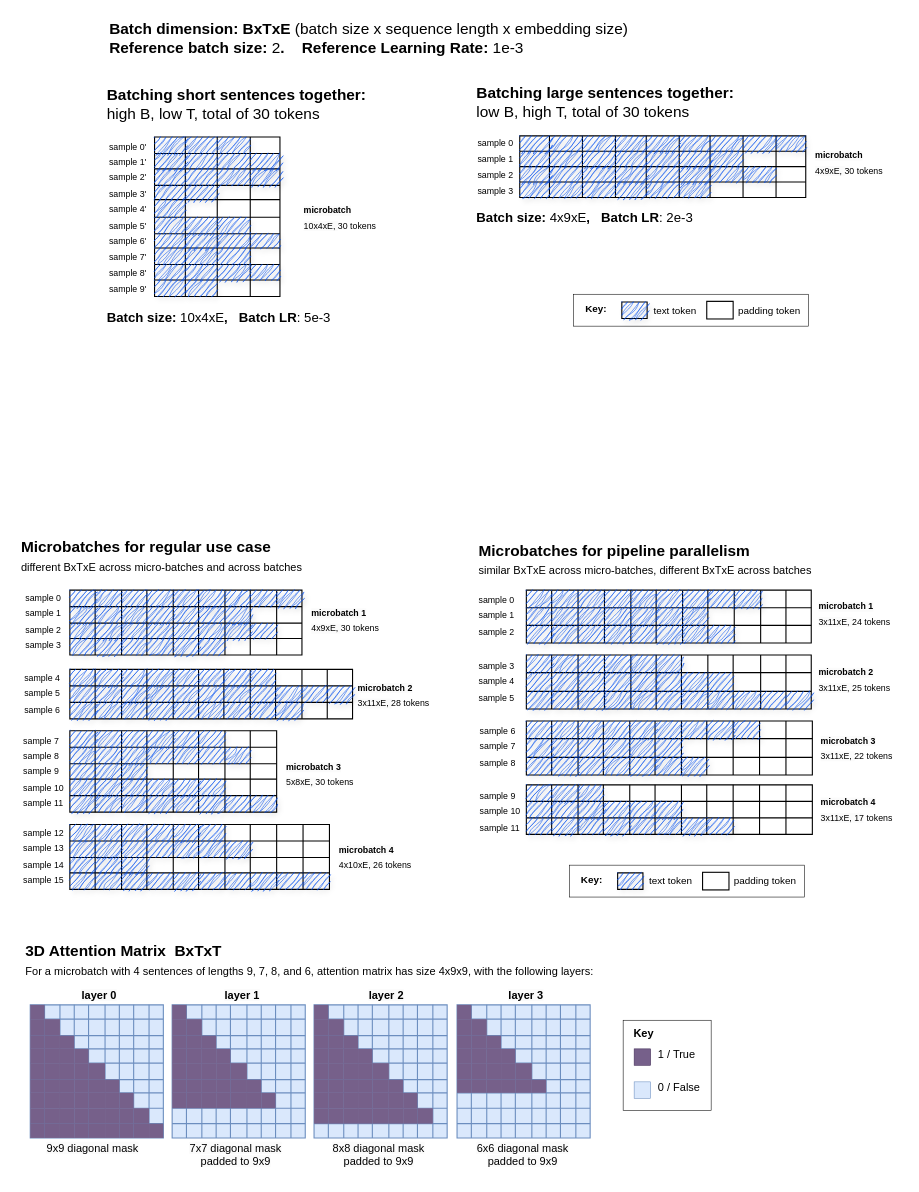
brunomaga/brunomaga.github.io keeps this draw.io diagram as assets/Training-Variable-Length/dynamic_batch_size_and_lr.drawio. Above is the earlier version. Source tidied: cells renumbered, new cells numbered last; positions are measured from the earlier drawing's top-left corner, leaving out a move shared by most shapes. Both pictures are drawn from the tidied source at 110%, with x=0, y=0 at pixel (19, 21).
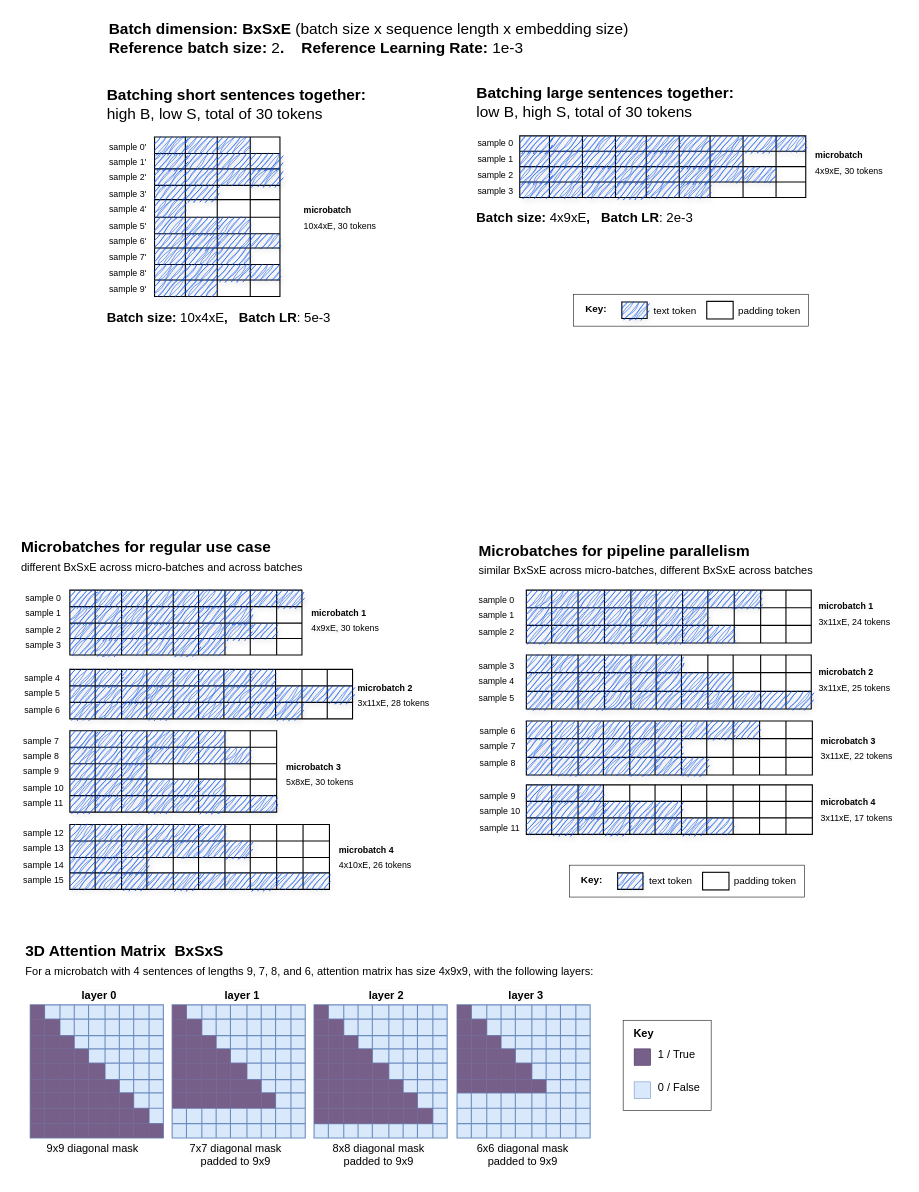
Above is the later version.

The edit, as a diff of the source:
```diff
@@
-    <mxCell id="2" value="Batch dimension: BxTxE &lt;span style=&quot;font-weight: normal;&quot;&gt;(batch size x sequence length x embedding size)&lt;/span&gt;&lt;br&gt;&lt;div style=&quot;text-align: left;&quot;&gt;&lt;span style=&quot;background-color: initial;&quot;&gt;Reference batch size: &lt;/span&gt;&lt;span style=&quot;background-color: initial; font-weight: normal;&quot;&gt;2&lt;/span&gt;&lt;span style=&quot;background-color: initial;&quot;&gt;.&amp;nbsp; &amp;nbsp; Reference Learning Rate:&amp;nbsp;&lt;/span&gt;&lt;span style=&quot;background-color: initial; font-weight: normal;&quot;&gt;1e-3&lt;/span&gt;&lt;/div&gt;" style="text;html=1;strokeColor=none;fillColor=none;align=center;verticalAlign=middle;whiteSpace=wrap;rounded=0;fontStyle=1;fontSize=14;" parent="1" vertex="1">
+    <mxCell id="2" value="Batch dimension: BxSxE &lt;span style=&quot;font-weight: normal;&quot;&gt;(batch size x sequence length x embedding size)&lt;/span&gt;&lt;br&gt;&lt;div style=&quot;text-align: left;&quot;&gt;&lt;span style=&quot;background-color: initial;&quot;&gt;Reference batch size: &lt;/span&gt;&lt;span style=&quot;background-color: initial; font-weight: normal;&quot;&gt;2&lt;/span&gt;&lt;span style=&quot;background-color: initial;&quot;&gt;.&amp;nbsp; &amp;nbsp; Reference Learning Rate:&amp;nbsp;&lt;/span&gt;&lt;span style=&quot;background-color: initial; font-weight: normal;&quot;&gt;1e-3&lt;/span&gt;&lt;/div&gt;" style="text;html=1;strokeColor=none;fillColor=none;align=center;verticalAlign=middle;whiteSpace=wrap;rounded=0;fontStyle=1;fontSize=14;" parent="1" vertex="1">
       <mxGeometry x="68" width="500" height="30" as="geometry" />
     </mxCell>
-    <mxCell id="3" value="&lt;b style=&quot;font-size: 14px;&quot;&gt;Batching short sentences together:&lt;/b&gt;&lt;br style=&quot;font-size: 14px;&quot;&gt;high B, low T, total of 30 tokens" style="text;html=1;strokeColor=none;fillColor=none;align=left;verticalAlign=middle;whiteSpace=wrap;rounded=0;fontSize=14;" parent="1" vertex="1">
+    <mxCell id="3" value="&lt;b style=&quot;font-size: 14px;&quot;&gt;Batching short sentences together:&lt;/b&gt;&lt;br style=&quot;font-size: 14px;&quot;&gt;high B, low S, total of 30 tokens" style="text;html=1;strokeColor=none;fillColor=none;align=left;verticalAlign=middle;whiteSpace=wrap;rounded=0;fontSize=14;" parent="1" vertex="1">
       <mxGeometry x="78" y="60" width="280" height="30" as="geometry" />
     </mxCell>
-    <mxCell id="4" value="&lt;b style=&quot;font-size: 14px;&quot;&gt;Batching large sentences together:&lt;br&gt;&lt;/b&gt;low B, high T, total of 30 tokens" style="text;html=1;strokeColor=none;fillColor=none;align=left;verticalAlign=middle;whiteSpace=wrap;rounded=0;fontSize=14;" parent="1" vertex="1">
+    <mxCell id="4" value="&lt;b style=&quot;font-size: 14px;&quot;&gt;Batching large sentences together:&lt;br&gt;&lt;/b&gt;low B, high S, total of 30 tokens" style="text;html=1;strokeColor=none;fillColor=none;align=left;verticalAlign=middle;whiteSpace=wrap;rounded=0;fontSize=14;" parent="1" vertex="1">
       <mxGeometry x="414" y="58" width="310" height="30" as="geometry" />
     </mxCell>
@@
-    <mxCell id="99" value="Microbatches for regular use case&lt;div&gt;&lt;span style=&quot;font-weight: 400;&quot;&gt;&lt;font style=&quot;font-size: 10px;&quot;&gt;different BxTxE across micro-batches and across batches&lt;/font&gt;&lt;/span&gt;&lt;br&gt;&lt;/div&gt;" style="text;html=1;strokeColor=none;fillColor=none;align=left;verticalAlign=middle;whiteSpace=wrap;rounded=0;fontStyle=1;fontSize=14;" parent="1" vertex="1">
+    <mxCell id="99" value="Microbatches for regular use case&lt;div&gt;&lt;span style=&quot;font-weight: 400;&quot;&gt;&lt;font style=&quot;font-size: 10px;&quot;&gt;different BxSxE across micro-batches and across batches&lt;/font&gt;&lt;/span&gt;&lt;br&gt;&lt;/div&gt;" style="text;html=1;strokeColor=none;fillColor=none;align=left;verticalAlign=middle;whiteSpace=wrap;rounded=0;fontStyle=1;fontSize=14;" parent="1" vertex="1">
       <mxGeometry y="471" width="274" height="30" as="geometry" />
     </mxCell>
-    <mxCell id="100" value="Microbatches for&amp;nbsp;&lt;span style=&quot;background-color: initial;&quot;&gt;pipeline parallelism&lt;/span&gt;&lt;div&gt;&lt;span style=&quot;background-color: initial; font-weight: normal;&quot;&gt;&lt;font style=&quot;font-size: 10px;&quot;&gt;similar BxTxE across micro-batches, different BxTxE across batches&lt;/font&gt;&lt;/span&gt;&lt;/div&gt;" style="text;html=1;strokeColor=none;fillColor=none;align=left;verticalAlign=middle;whiteSpace=wrap;rounded=0;fontStyle=1;fontSize=14;" parent="1" vertex="1">
+    <mxCell id="100" value="Microbatches for&amp;nbsp;&lt;span style=&quot;background-color: initial;&quot;&gt;pipeline parallelism&lt;/span&gt;&lt;div&gt;&lt;span style=&quot;background-color: initial; font-weight: normal;&quot;&gt;&lt;font style=&quot;font-size: 10px;&quot;&gt;similar BxSxE across micro-batches, different BxSxE across batches&lt;/font&gt;&lt;/span&gt;&lt;/div&gt;" style="text;html=1;strokeColor=none;fillColor=none;align=left;verticalAlign=middle;whiteSpace=wrap;rounded=0;fontStyle=1;fontSize=14;" parent="1" vertex="1">
       <mxGeometry x="416" y="474" width="382" height="30" as="geometry" />
     </mxCell>
@@
-    <mxCell id="434" value="&lt;div&gt;3D Attention Matrix&amp;nbsp; BxTxT&lt;/div&gt;&lt;div&gt;&lt;font style=&quot;font-size: 10px; font-weight: normal;&quot;&gt;For a microbatch with 4 sentences of lengths 9, 7, 8, and 6, attention matrix has size 4x9x9, with the following layers:&lt;/font&gt;&lt;/div&gt;" style="text;html=1;strokeColor=none;fillColor=none;align=left;verticalAlign=middle;whiteSpace=wrap;rounded=0;fontStyle=1;fontSize=14;" parent="1" vertex="1">
+    <mxCell id="434" value="&lt;div&gt;3D Attention Matrix&amp;nbsp; BxSxS&lt;/div&gt;&lt;div&gt;&lt;font style=&quot;font-size: 10px; font-weight: normal;&quot;&gt;For a microbatch with 4 sentences of lengths 9, 7, 8, and 6, attention matrix has size 4x9x9, with the following layers:&lt;/font&gt;&lt;/div&gt;" style="text;html=1;strokeColor=none;fillColor=none;align=left;verticalAlign=middle;whiteSpace=wrap;rounded=0;fontStyle=1;fontSize=14;" parent="1" vertex="1">
       <mxGeometry x="4" y="838" width="525" height="30" as="geometry" />
     </mxCell>
```
